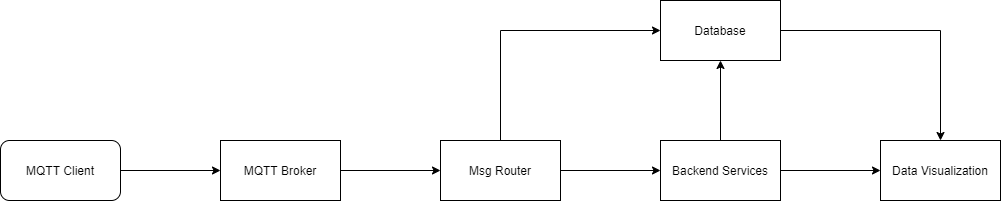
This is docs/img/arch.png from kevinpan45/iot, a draw.io export, as it was before one commit. Source tidied: cells renumbered, new cells last; positions are measured from the earlier drawing's top-left corner, leaving out a move shared by most shapes. Source of this version:
```xml
<mxGraphModel>
  <root>
    <mxCell id="0" />
    <mxCell id="1" parent="0" />
    <mxCell id="2" style="edgeStyle=orthogonalEdgeStyle;rounded=0;jettySize=auto;html=1;exitX=1;exitY=0.5;exitDx=0;exitDy=0;entryX=0;entryY=0.5;entryDx=0;entryDy=0;" parent="1" edge="1" source="3" target="5">
      <mxGeometry relative="1" as="geometry" />
    </mxCell>
    <mxCell id="3" value="MQTT Client" style="rounded=1;whiteSpace=wrap;html=1;" parent="1" vertex="1">
      <mxGeometry y="140" width="120" height="60" as="geometry" />
    </mxCell>
    <mxCell id="4" style="edgeStyle=orthogonalEdgeStyle;rounded=0;jettySize=auto;html=1;" parent="1" edge="1" source="5" target="8">
      <mxGeometry relative="1" as="geometry" />
    </mxCell>
    <mxCell id="5" value="MQTT Broker" style="rounded=0;whiteSpace=wrap;html=1;" parent="1" vertex="1">
      <mxGeometry x="220" y="140" width="120" height="60" as="geometry" />
    </mxCell>
    <mxCell id="6" style="edgeStyle=orthogonalEdgeStyle;rounded=0;jettySize=auto;html=1;" parent="1" edge="1" source="8" target="11">
      <mxGeometry relative="1" as="geometry" />
    </mxCell>
    <mxCell id="7" style="edgeStyle=orthogonalEdgeStyle;rounded=0;jettySize=auto;html=1;exitX=0.5;exitY=0;exitDx=0;exitDy=0;entryX=0;entryY=0.5;entryDx=0;entryDy=0;" parent="1" edge="1" source="8" target="13">
      <mxGeometry relative="1" as="geometry" />
    </mxCell>
    <mxCell id="8" value="Msg Router" style="rounded=0;whiteSpace=wrap;html=1;" parent="1" vertex="1">
      <mxGeometry x="440" y="140" width="120" height="60" as="geometry" />
    </mxCell>
    <mxCell id="9" style="edgeStyle=orthogonalEdgeStyle;rounded=0;jettySize=auto;html=1;" parent="1" edge="1" source="11" target="13">
      <mxGeometry relative="1" as="geometry" />
    </mxCell>
    <mxCell id="10" style="edgeStyle=orthogonalEdgeStyle;rounded=0;jettySize=auto;html=1;" parent="1" edge="1" source="11" target="14">
      <mxGeometry relative="1" as="geometry" />
    </mxCell>
    <mxCell id="11" value="Backend Services" style="rounded=0;whiteSpace=wrap;html=1;" parent="1" vertex="1">
      <mxGeometry x="660" y="140" width="120" height="60" as="geometry" />
    </mxCell>
    <mxCell id="12" style="edgeStyle=orthogonalEdgeStyle;rounded=0;jettySize=auto;html=1;exitX=1;exitY=0.5;exitDx=0;exitDy=0;" parent="1" edge="1" source="13" target="14">
      <mxGeometry relative="1" as="geometry" />
    </mxCell>
    <mxCell id="13" value="Database" style="rounded=0;whiteSpace=wrap;html=1;" parent="1" vertex="1">
      <mxGeometry x="660" width="120" height="60" as="geometry" />
    </mxCell>
    <mxCell id="14" value="Data Visualization" style="rounded=0;whiteSpace=wrap;html=1;" parent="1" vertex="1">
      <mxGeometry x="880" y="140" width="120" height="60" as="geometry" />
    </mxCell>
  </root>
</mxGraphModel>
```
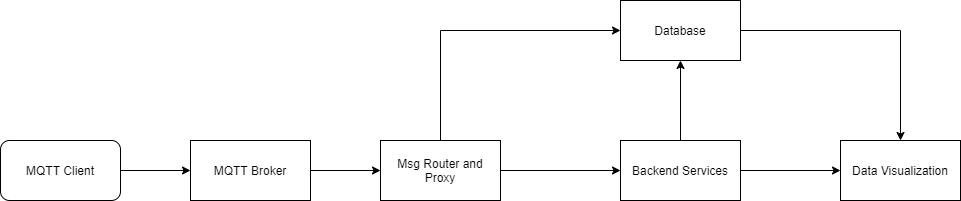
Above is the later version.

What changed in the source:
```diff
@@ -6,22 +6,22 @@
       <mxGeometry relative="1" as="geometry" />
     </mxCell>
     <mxCell id="3" value="MQTT Client" style="rounded=1;whiteSpace=wrap;html=1;" parent="1" vertex="1">
-      <mxGeometry y="140" width="120" height="60" as="geometry" />
+      <mxGeometry x="40" y="140" width="120" height="60" as="geometry" />
     </mxCell>
     <mxCell id="4" style="edgeStyle=orthogonalEdgeStyle;rounded=0;jettySize=auto;html=1;" parent="1" edge="1" source="5" target="8">
       <mxGeometry relative="1" as="geometry" />
     </mxCell>
     <mxCell id="5" value="MQTT Broker" style="rounded=0;whiteSpace=wrap;html=1;" parent="1" vertex="1">
-      <mxGeometry x="220" y="140" width="120" height="60" as="geometry" />
+      <mxGeometry x="230" y="140" width="120" height="60" as="geometry" />
     </mxCell>
+    <mxCell id="7" style="edgeStyle=orthogonalEdgeStyle;rounded=0;jettySize=auto;html=1;exitX=0.5;exitY=0;exitDx=0;exitDy=0;entryX=0;entryY=0.5;entryDx=0;entryDy=0;" parent="1" edge="1" source="8" target="13">
+      <mxGeometry relative="1" as="geometry" />
+    </mxCell>
     <mxCell id="6" style="edgeStyle=orthogonalEdgeStyle;rounded=0;jettySize=auto;html=1;" parent="1" edge="1" source="8" target="11">
       <mxGeometry relative="1" as="geometry" />
     </mxCell>
-    <mxCell id="7" style="edgeStyle=orthogonalEdgeStyle;rounded=0;jettySize=auto;html=1;exitX=0.5;exitY=0;exitDx=0;exitDy=0;entryX=0;entryY=0.5;entryDx=0;entryDy=0;" parent="1" edge="1" source="8" target="13">
-      <mxGeometry relative="1" as="geometry" />
-    </mxCell>
-    <mxCell id="8" value="Msg Router" style="rounded=0;whiteSpace=wrap;html=1;" parent="1" vertex="1">
-      <mxGeometry x="440" y="140" width="120" height="60" as="geometry" />
+    <mxCell id="8" value="Msg Router and Proxy" style="rounded=0;whiteSpace=wrap;html=1;" parent="1" vertex="1">
+      <mxGeometry x="420" y="140" width="120" height="60" as="geometry" />
     </mxCell>
     <mxCell id="9" style="edgeStyle=orthogonalEdgeStyle;rounded=0;jettySize=auto;html=1;" parent="1" edge="1" source="11" target="13">
       <mxGeometry relative="1" as="geometry" />
```
